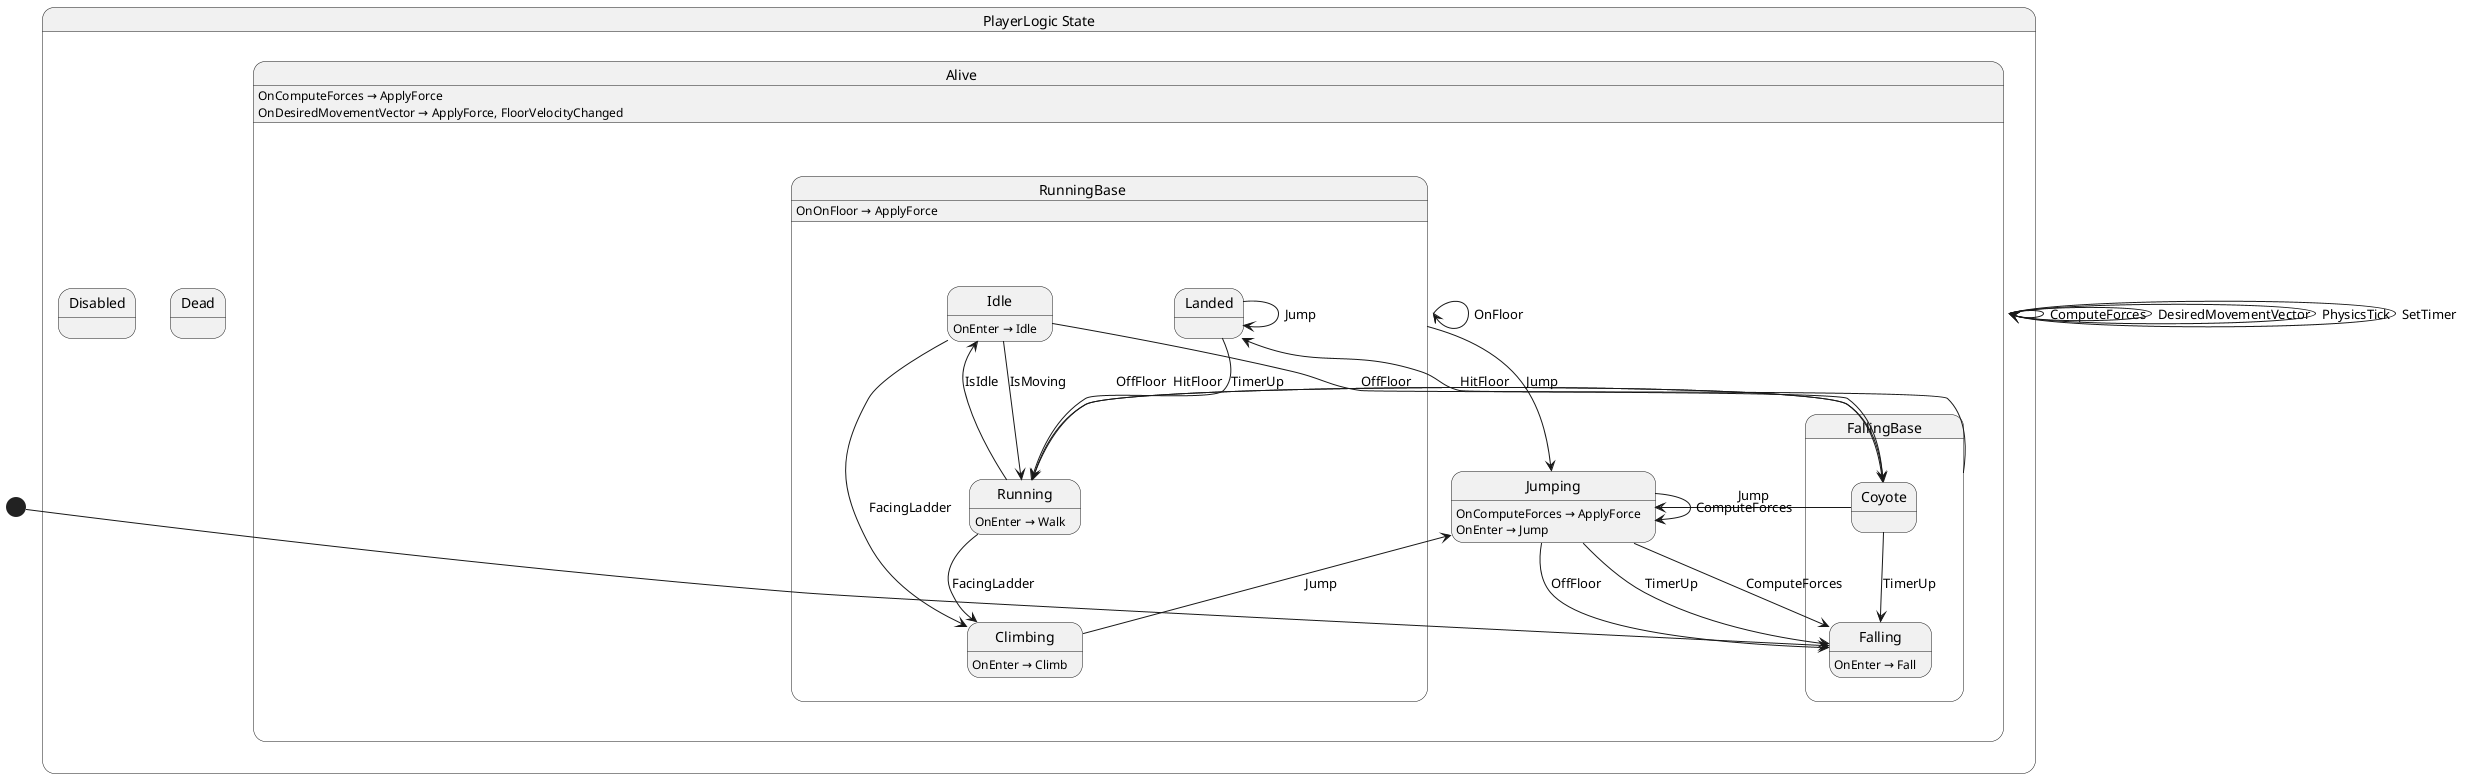
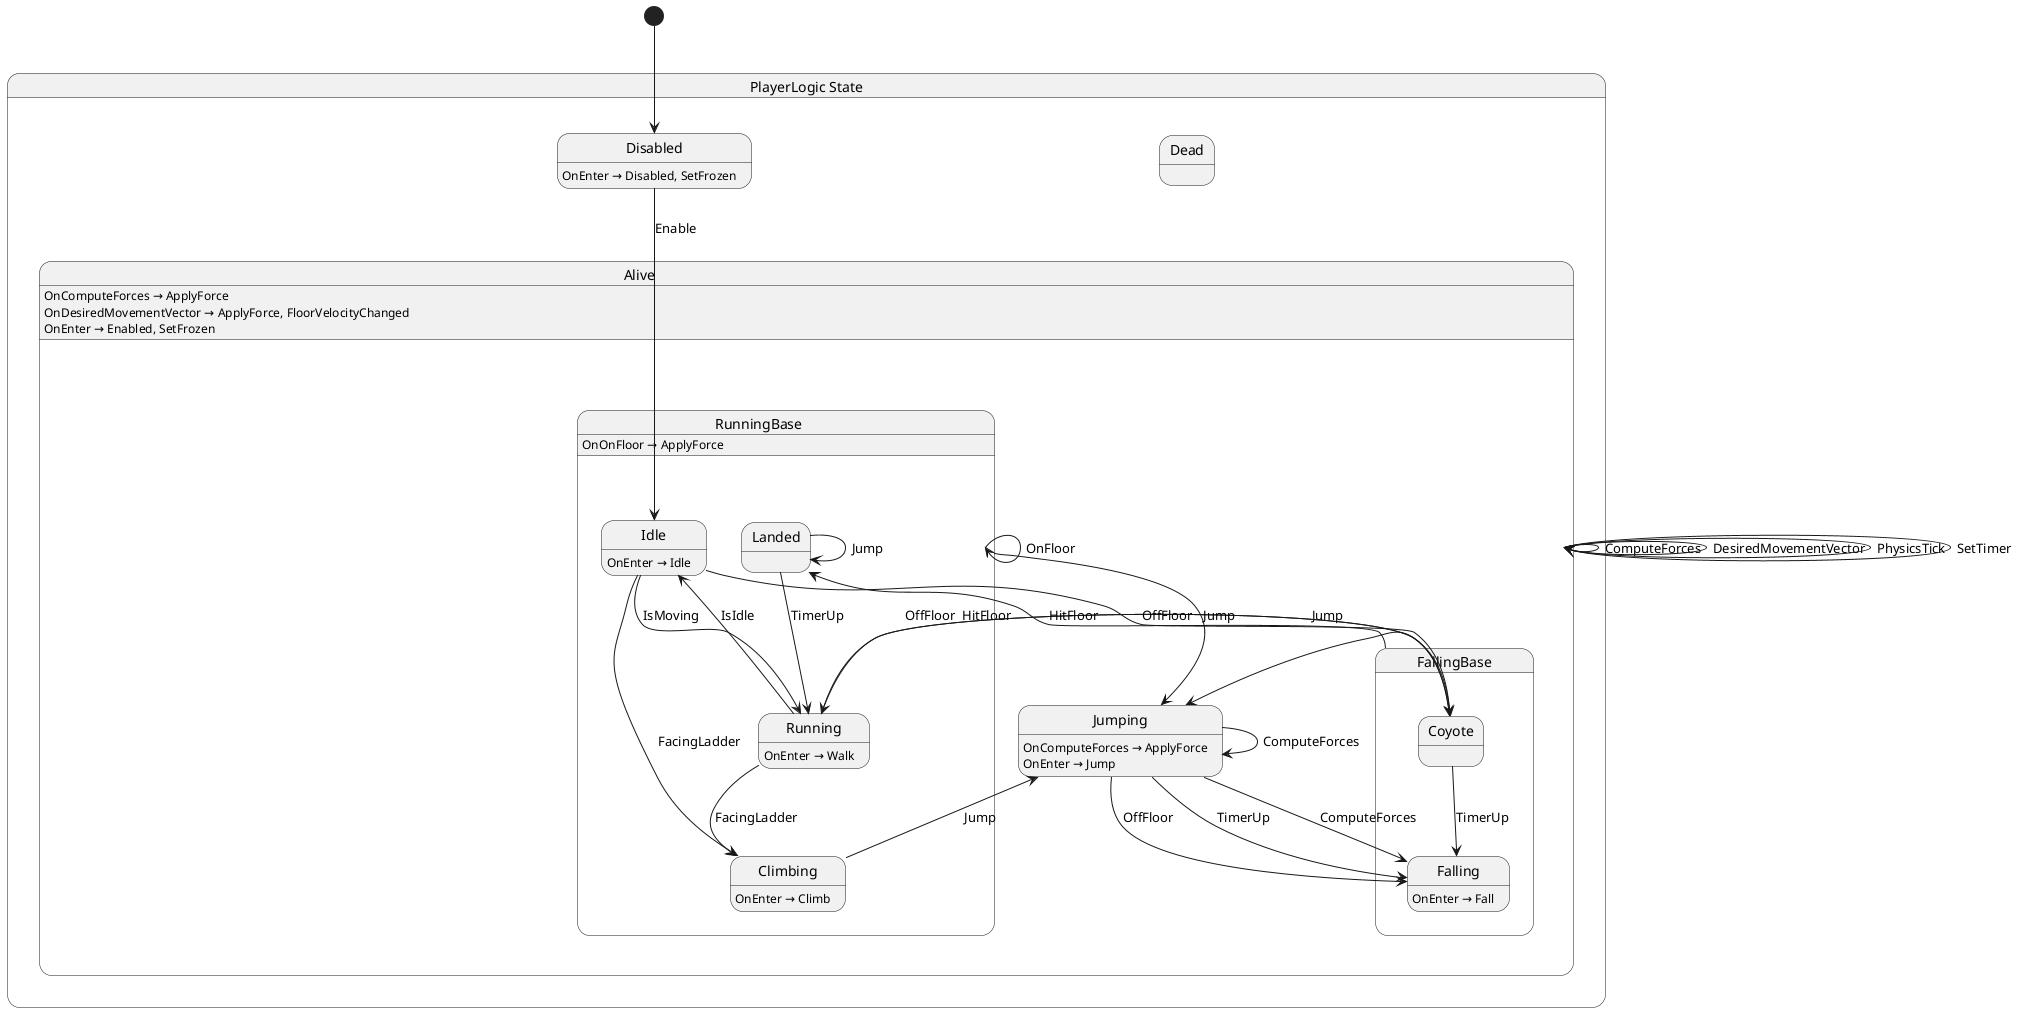
@startuml PlayerLogic
state "PlayerLogic State" as Jomolith_Game_Play_Player_State_PlayerLogic_PlayerState {
  state "Alive" as Jomolith_Game_Play_Player_State_PlayerLogic_PlayerState_Alive {
    state "FallingBase" as Jomolith_Game_Play_Player_State_PlayerLogic_PlayerState_FallingBase {
      state "Coyote" as Jomolith_Game_Play_Player_State_PlayerLogic_PlayerState_Coyote
      state "Falling" as Jomolith_Game_Play_Player_State_PlayerLogic_PlayerState_Falling
    }
    state "Jumping" as Jomolith_Game_Play_Player_State_PlayerLogic_PlayerState_Jumping
    state "RunningBase" as Jomolith_Game_Play_Player_State_PlayerLogic_PlayerState_RunningBase {
      state "Climbing" as Jomolith_Game_Play_Player_State_PlayerLogic_PlayerState_Climbing
      state "Idle" as Jomolith_Game_Play_Player_State_PlayerLogic_PlayerState_Idle
      state "Landed" as Jomolith_Game_Play_Player_State_PlayerLogic_PlayerState_Landed
      state "Running" as Jomolith_Game_Play_Player_State_PlayerLogic_PlayerState_Running
    }
  }
  state "Dead" as Jomolith_Game_Play_Player_State_PlayerLogic_PlayerState_Dead
  state "Disabled" as Jomolith_Game_Play_Player_State_PlayerLogic_PlayerState_Disabled
}

Jomolith_Game_Play_Player_State_PlayerLogic_PlayerState_Alive --> Jomolith_Game_Play_Player_State_PlayerLogic_PlayerState_Alive : ComputeForces
Jomolith_Game_Play_Player_State_PlayerLogic_PlayerState_Alive --> Jomolith_Game_Play_Player_State_PlayerLogic_PlayerState_Alive : DesiredMovementVector
Jomolith_Game_Play_Player_State_PlayerLogic_PlayerState_Alive --> Jomolith_Game_Play_Player_State_PlayerLogic_PlayerState_Alive : PhysicsTick
Jomolith_Game_Play_Player_State_PlayerLogic_PlayerState_Alive --> Jomolith_Game_Play_Player_State_PlayerLogic_PlayerState_Alive : SetTimer
Jomolith_Game_Play_Player_State_PlayerLogic_PlayerState_Climbing --> Jomolith_Game_Play_Player_State_PlayerLogic_PlayerState_Jumping : Jump
Jomolith_Game_Play_Player_State_PlayerLogic_PlayerState_Coyote --> Jomolith_Game_Play_Player_State_PlayerLogic_PlayerState_Falling : TimerUp
Jomolith_Game_Play_Player_State_PlayerLogic_PlayerState_Coyote --> Jomolith_Game_Play_Player_State_PlayerLogic_PlayerState_Jumping : Jump
Jomolith_Game_Play_Player_State_PlayerLogic_PlayerState_Coyote --> Jomolith_Game_Play_Player_State_PlayerLogic_PlayerState_Running : HitFloor
+ Jomolith_Game_Play_Player_State_PlayerLogic_PlayerState_Disabled --> Jomolith_Game_Play_Player_State_PlayerLogic_PlayerState_Idle : Enable
Jomolith_Game_Play_Player_State_PlayerLogic_PlayerState_FallingBase --> Jomolith_Game_Play_Player_State_PlayerLogic_PlayerState_Landed : HitFloor
Jomolith_Game_Play_Player_State_PlayerLogic_PlayerState_Idle --> Jomolith_Game_Play_Player_State_PlayerLogic_PlayerState_Climbing : FacingLadder
Jomolith_Game_Play_Player_State_PlayerLogic_PlayerState_Idle --> Jomolith_Game_Play_Player_State_PlayerLogic_PlayerState_Coyote : OffFloor
Jomolith_Game_Play_Player_State_PlayerLogic_PlayerState_Idle --> Jomolith_Game_Play_Player_State_PlayerLogic_PlayerState_Running : IsMoving
Jomolith_Game_Play_Player_State_PlayerLogic_PlayerState_Jumping --> Jomolith_Game_Play_Player_State_PlayerLogic_PlayerState_Falling : ComputeForces
Jomolith_Game_Play_Player_State_PlayerLogic_PlayerState_Jumping --> Jomolith_Game_Play_Player_State_PlayerLogic_PlayerState_Falling : OffFloor
Jomolith_Game_Play_Player_State_PlayerLogic_PlayerState_Jumping --> Jomolith_Game_Play_Player_State_PlayerLogic_PlayerState_Falling : TimerUp
Jomolith_Game_Play_Player_State_PlayerLogic_PlayerState_Jumping --> Jomolith_Game_Play_Player_State_PlayerLogic_PlayerState_Jumping : ComputeForces
Jomolith_Game_Play_Player_State_PlayerLogic_PlayerState_Landed --> Jomolith_Game_Play_Player_State_PlayerLogic_PlayerState_Landed : Jump
Jomolith_Game_Play_Player_State_PlayerLogic_PlayerState_Landed --> Jomolith_Game_Play_Player_State_PlayerLogic_PlayerState_Running : TimerUp
Jomolith_Game_Play_Player_State_PlayerLogic_PlayerState_Running --> Jomolith_Game_Play_Player_State_PlayerLogic_PlayerState_Climbing : FacingLadder
Jomolith_Game_Play_Player_State_PlayerLogic_PlayerState_Running --> Jomolith_Game_Play_Player_State_PlayerLogic_PlayerState_Coyote : OffFloor
Jomolith_Game_Play_Player_State_PlayerLogic_PlayerState_Running --> Jomolith_Game_Play_Player_State_PlayerLogic_PlayerState_Idle : IsIdle
Jomolith_Game_Play_Player_State_PlayerLogic_PlayerState_RunningBase --> Jomolith_Game_Play_Player_State_PlayerLogic_PlayerState_Jumping : Jump
Jomolith_Game_Play_Player_State_PlayerLogic_PlayerState_RunningBase --> Jomolith_Game_Play_Player_State_PlayerLogic_PlayerState_RunningBase : OnFloor

Jomolith_Game_Play_Player_State_PlayerLogic_PlayerState_Alive : OnComputeForces → ApplyForce
Jomolith_Game_Play_Player_State_PlayerLogic_PlayerState_Alive : OnDesiredMovementVector → ApplyForce, FloorVelocityChanged
+ Jomolith_Game_Play_Player_State_PlayerLogic_PlayerState_Alive : OnEnter → Enabled, SetFrozen
Jomolith_Game_Play_Player_State_PlayerLogic_PlayerState_Climbing : OnEnter → Climb
+ Jomolith_Game_Play_Player_State_PlayerLogic_PlayerState_Disabled : OnEnter → Disabled, SetFrozen
Jomolith_Game_Play_Player_State_PlayerLogic_PlayerState_Falling : OnEnter → Fall
Jomolith_Game_Play_Player_State_PlayerLogic_PlayerState_Idle : OnEnter → Idle
Jomolith_Game_Play_Player_State_PlayerLogic_PlayerState_Jumping : OnComputeForces → ApplyForce
Jomolith_Game_Play_Player_State_PlayerLogic_PlayerState_Jumping : OnEnter → Jump
Jomolith_Game_Play_Player_State_PlayerLogic_PlayerState_Running : OnEnter → Walk
Jomolith_Game_Play_Player_State_PlayerLogic_PlayerState_RunningBase : OnOnFloor → ApplyForce

- [*] --> Jomolith_Game_Play_Player_State_PlayerLogic_PlayerState_Falling
+ [*] --> Jomolith_Game_Play_Player_State_PlayerLogic_PlayerState_Disabled
@enduml